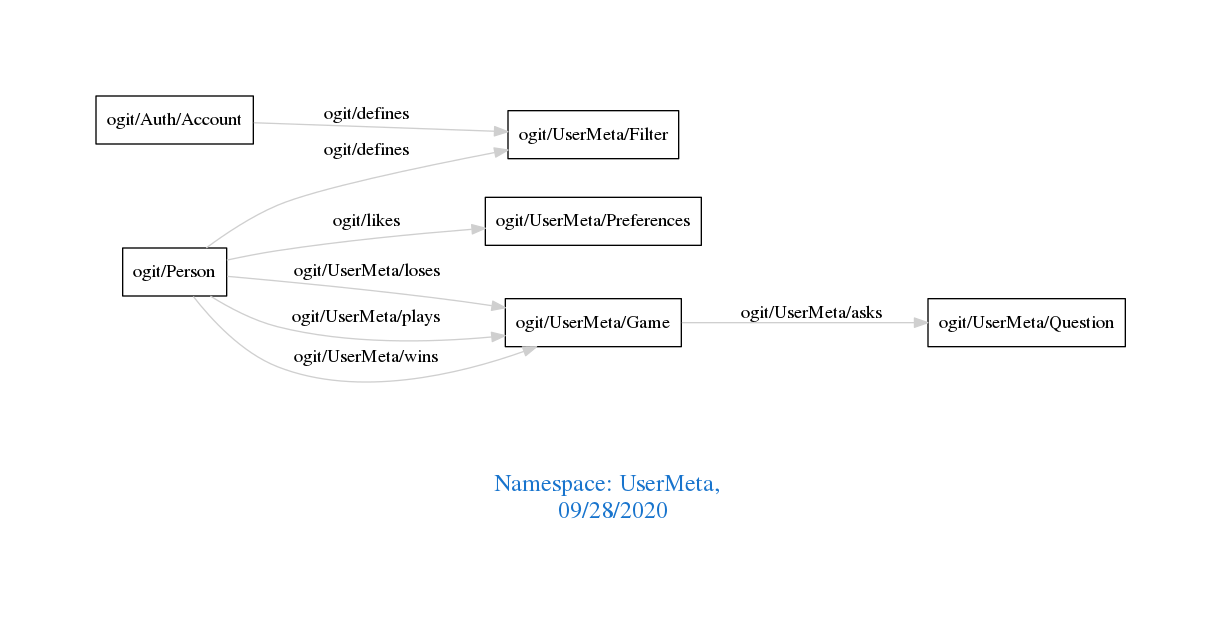
arago/OGIT keeps this Graphviz diagram as downloads/UserMeta.png. Above is the earlier version. Its source is kept beside it as downloads/UserMeta.dot.
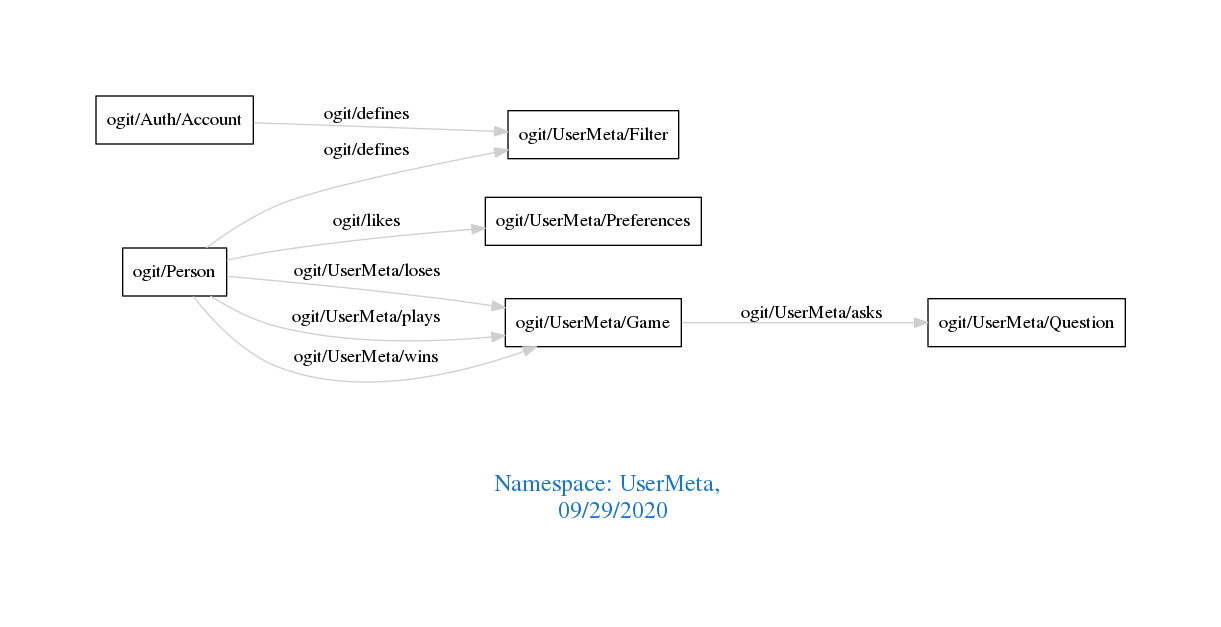
After the change.

The edit, as a diff of the source:
```diff
@@ -1,7 +1,7 @@
 digraph OGIT_ontology {
  graph [ rankdir= LR,pad=1
 fontsize = 18,
-fontcolor= dodgerblue3,label = "\n\n\nNamespace: UserMeta, \n 09/28/2020"];
+fontcolor= dodgerblue3,label = "\n\n\nNamespace: UserMeta, \n 09/29/2020"];
 node[shape=polygon];
 edge [  color="gray81"];
 
```
